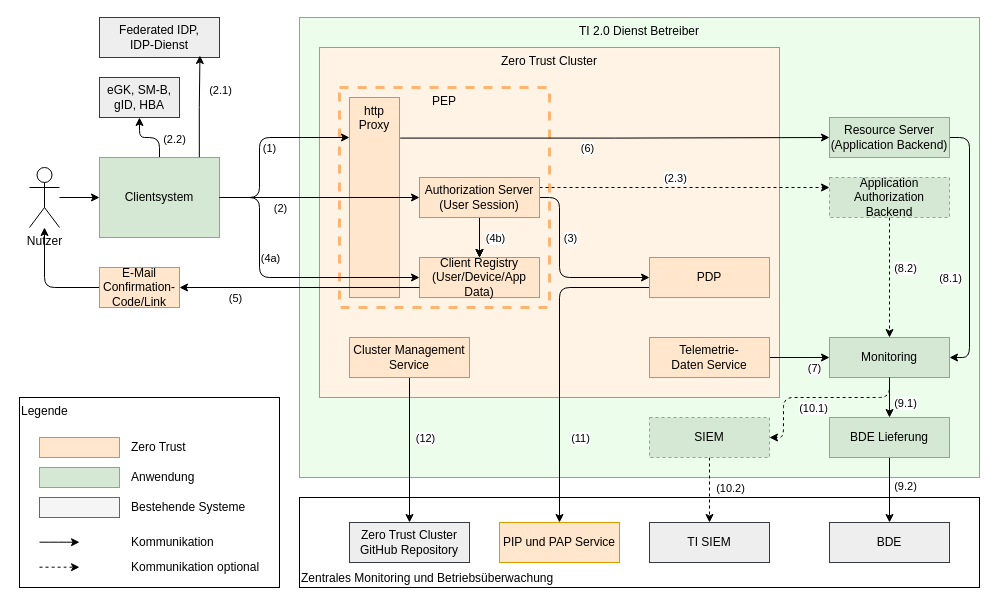
This is src/drawio/Zero-Trust_Architektur.drawio from gematik/spec-t20r, a draw.io file, before an edit. Source tidied: cells renumbered, new cells numbered last; positions are measured from the earlier drawing's top-left corner, leaving out a move shared by most shapes. Both pictures are drawn from the tidied source at 100%, with x=0, y=0 at pixel (19, 17).
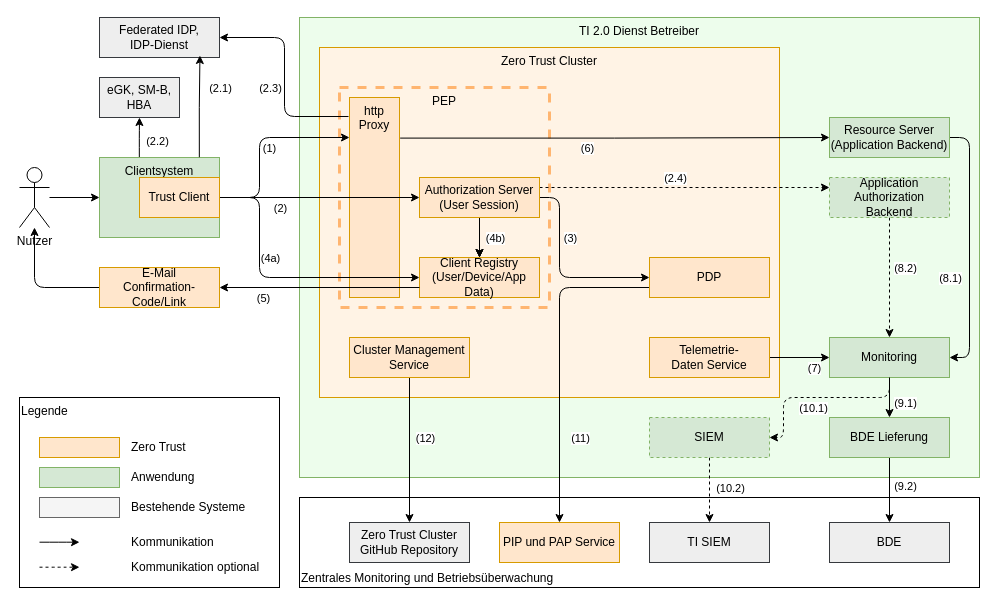
The same diagram, later.

Unchanged cells that the change refers to:
```xml
<mxCell id="13" style="edgeStyle=orthogonalEdgeStyle;rounded=0;jettySize=auto;html=1;entryX=0;entryY=0.25;entryDx=0;entryDy=0;dashed=1;exitX=1;exitY=0.25;exitDx=0;exitDy=0;" parent="1" edge="1" source="15" target="27">
  <mxGeometry relative="1" as="geometry" />
</mxCell>
<mxCell id="47" value="Federated IDP,&lt;div&gt;IDP-Dienst&lt;/div&gt;" style="rounded=0;whiteSpace=wrap;html=1;fillColor=#eeeeee;strokeColor=#36393d;" parent="1" vertex="1">
  <mxGeometry x="80" width="120" height="40" as="geometry" />
</mxCell>
<mxCell id="48" style="edgeStyle=orthogonalEdgeStyle;rounded=0;jettySize=auto;html=1;entryX=0.837;entryY=0.95;entryDx=0;entryDy=0;entryPerimeter=0;exitX=0.832;exitY=-0.004;exitDx=0;exitDy=0;exitPerimeter=0;" parent="1" edge="1" source="41" target="47">
  <mxGeometry relative="1" as="geometry" />
</mxCell>
<mxCell id="72" value="http Proxy" style="rounded=0;whiteSpace=wrap;html=1;fillColor=#ffe6cc;strokeColor=#d79b00;verticalAlign=top;" parent="1" vertex="1">
  <mxGeometry x="330" y="80" width="50" height="200" as="geometry" />
</mxCell>
```

Change to the diagram source:
```diff
@@
-    <mxCell id="14" value="(2.3)" style="edgeLabel;html=1;align=center;verticalAlign=middle;" parent="13" vertex="1">
+    <mxCell id="14" value="(2.4)" style="edgeLabel;html=1;align=center;verticalAlign=middle;" parent="13" vertex="1">
       <mxGeometry y="3" relative="1" as="geometry">
         <mxPoint x="-10" y="-7" as="offset" />
       </mxGeometry>
     </mxCell>
@@
-    <mxCell id="39" style="edgeStyle=orthogonalEdgeStyle;rounded=1;jettySize=auto;html=1;entryX=0.5;entryY=1;entryDx=0;entryDy=0;exitX=0.5;exitY=0;exitDx=0;exitDy=0;curved=0;" parent="1" edge="1" source="41" target="46">
+    <mxCell id="39" style="edgeStyle=orthogonalEdgeStyle;rounded=1;jettySize=auto;html=1;entryX=0.5;entryY=1;entryDx=0;entryDy=0;curved=0;exitX=0.332;exitY=0;exitDx=0;exitDy=0;exitPerimeter=0;" parent="1" edge="1" source="41" target="46">
       <mxGeometry relative="1" as="geometry" />
     </mxCell>
@@
-    <mxCell id="41" value="Clientsystem" style="rounded=0;whiteSpace=wrap;html=1;fillColor=#d5e8d4;strokeColor=#82b366;" parent="1" vertex="1">
+    <mxCell id="41" value="Clientsystem" style="rounded=0;whiteSpace=wrap;html=1;fillColor=#d5e8d4;strokeColor=#82b366;verticalAlign=top;" parent="1" vertex="1">
       <mxGeometry x="80" y="140" width="120" height="80" as="geometry" />
     </mxCell>
@@
     <mxCell id="43" value="Nutzer" style="shape=umlActor;verticalLabelPosition=bottom;verticalAlign=top;html=1;outlineConnect=0;" parent="1" vertex="1">
-      <mxGeometry x="10" y="150" width="30" height="60" as="geometry" />
+      <mxGeometry y="150" width="30" height="60" as="geometry" />
     </mxCell>
@@
     <mxCell id="45" value="E-Mail&lt;div&gt;Confirmation-Code/Link&lt;/div&gt;" style="rounded=0;whiteSpace=wrap;html=1;fillColor=#ffe6cc;strokeColor=#d79b00;" parent="1" vertex="1">
-      <mxGeometry x="80" y="250" width="80" height="40" as="geometry" />
+      <mxGeometry x="80" y="250" width="120" height="40" as="geometry" />
     </mxCell>
-    <mxCell id="46" value="eGK, SM-B,&lt;div&gt;gID, HBA&lt;/div&gt;" style="rounded=0;whiteSpace=wrap;html=1;fillColor=#eeeeee;strokeColor=#36393d;" parent="1" vertex="1">
+    <mxCell id="46" value="eGK, SM-B,&lt;div&gt;HBA&lt;/div&gt;" style="rounded=0;whiteSpace=wrap;html=1;fillColor=#eeeeee;strokeColor=#36393d;" parent="1" vertex="1">
       <mxGeometry x="80" y="60" width="80" height="40" as="geometry" />
     </mxCell>
@@
     <mxCell id="49" value="(2.1)" style="edgeLabel;html=1;align=center;verticalAlign=middle;" parent="48" vertex="1">
       <mxGeometry x="0.18" y="1" relative="1" as="geometry">
-        <mxPoint x="21" y="-8" as="offset" />
+        <mxPoint x="21" y="-10" as="offset" />
       </mxGeometry>
     </mxCell>
@@
+    <mxCell id="79" style="edgeStyle=orthogonalEdgeStyle;rounded=1;jettySize=auto;html=1;entryX=1;entryY=0.5;entryDx=0;entryDy=0;exitX=-0.02;exitY=0.095;exitDx=0;exitDy=0;exitPerimeter=0;curved=0;" parent="1" edge="1" source="72" target="47">
+      <mxGeometry relative="1" as="geometry" />
+    </mxCell>
+    <mxCell id="80" value="(2.3)" style="edgeLabel;html=1;align=center;verticalAlign=middle;" parent="79" vertex="1">
+      <mxGeometry y="1" relative="1" as="geometry">
+        <mxPoint x="-14" y="11" as="offset" />
+      </mxGeometry>
+    </mxCell>
@@
+    <mxCell id="81" value="Trust Client" style="rounded=0;whiteSpace=wrap;html=1;fillColor=#ffe6cc;strokeColor=#d79b00;" parent="1" vertex="1">
+      <mxGeometry x="120" y="160" width="80" height="40" as="geometry" />
+    </mxCell>
```
